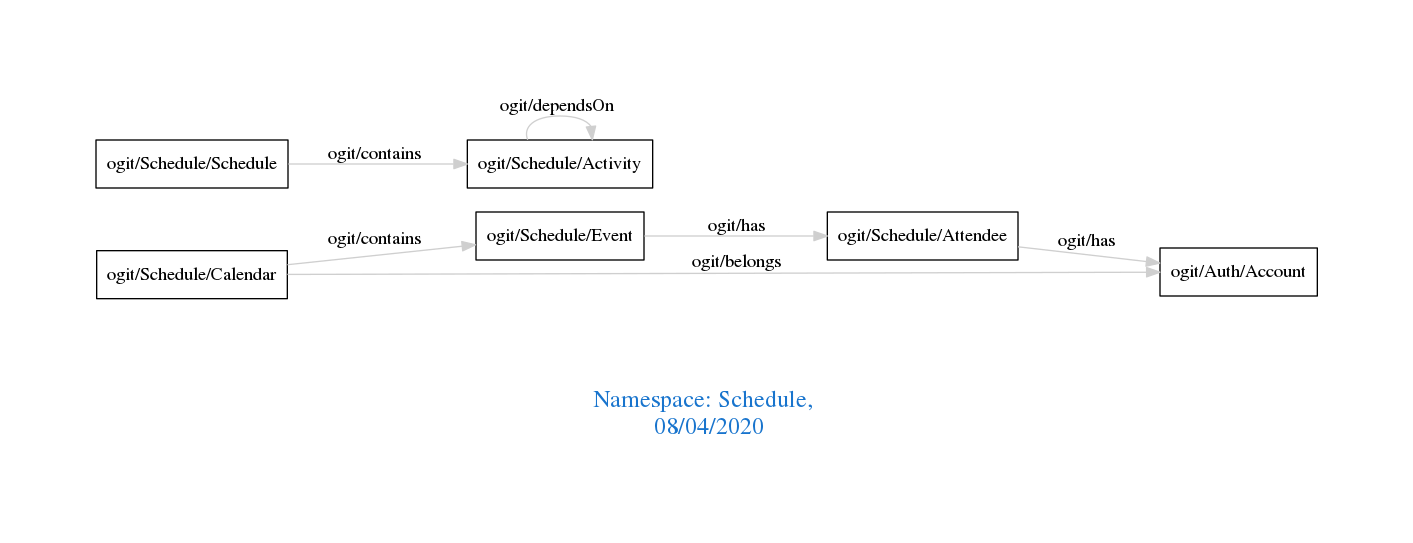
The Graphviz diagram downloads/Schedule.png in arago/OGIT, before a commit. Its source is kept beside it as downloads/Schedule.dot.
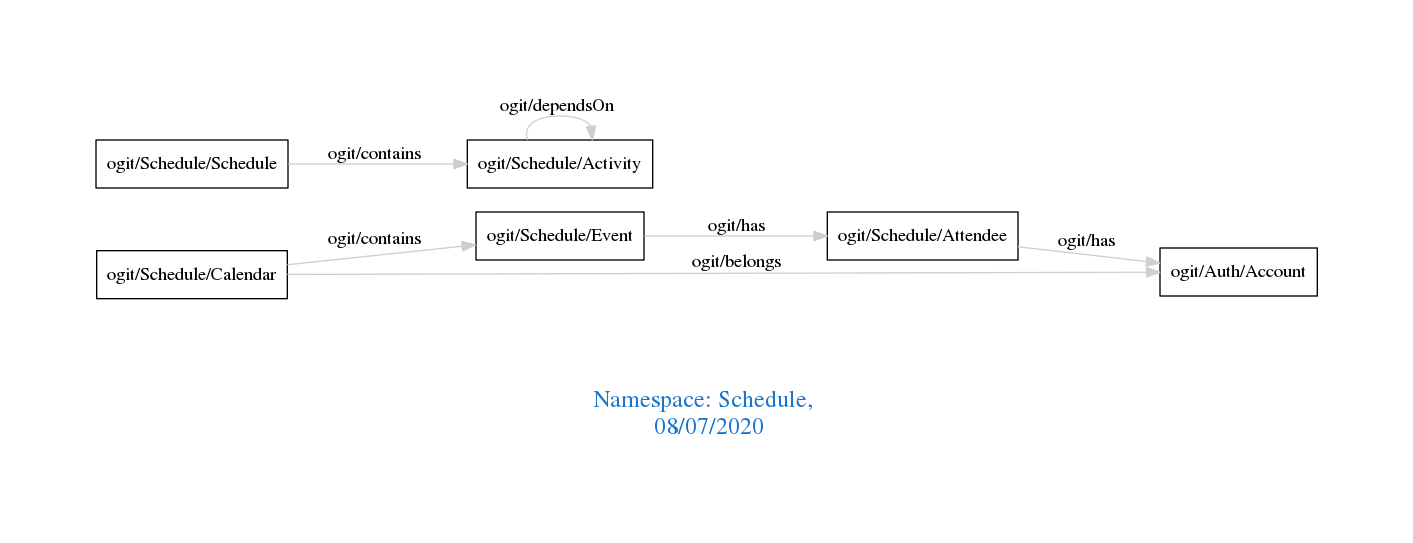
Above is the later version.

What changed in the source:
```diff
@@ -1,7 +1,7 @@
 digraph OGIT_ontology {
  graph [ rankdir= LR,pad=1
 fontsize = 18,
-fontcolor= dodgerblue3,label = "\n\n\nNamespace: Schedule, \n 08/04/2020"];
+fontcolor= dodgerblue3,label = "\n\n\nNamespace: Schedule, \n 08/07/2020"];
 node[shape=polygon];
 edge [  color="gray81"];
 
```
